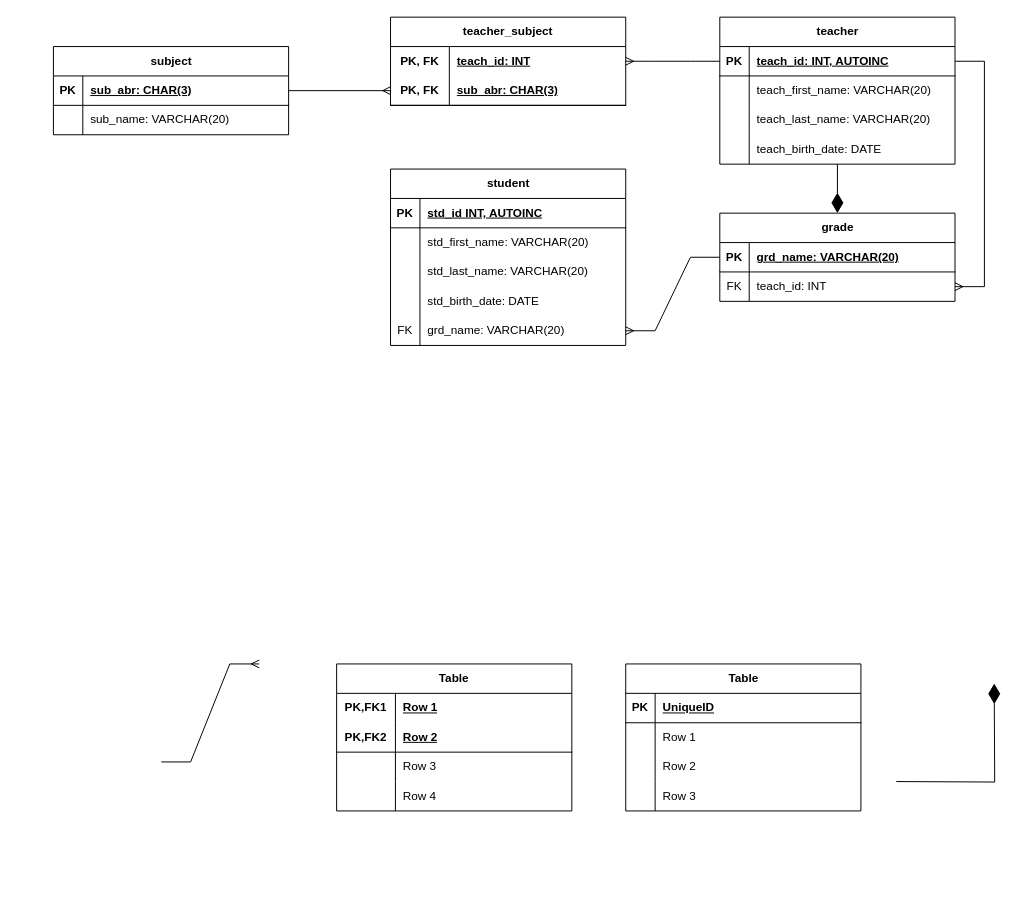
Earlier version of the draw.io diagram drafts/rel.drawio (elma1989/teach). Source tidied: cells renumbered, new cells numbered last; positions are measured from the earlier drawing's top-left corner, leaving out a move shared by most shapes. Both pictures are drawn from the tidied source at 98%, with x=0, y=0 at pixel (53, 17).
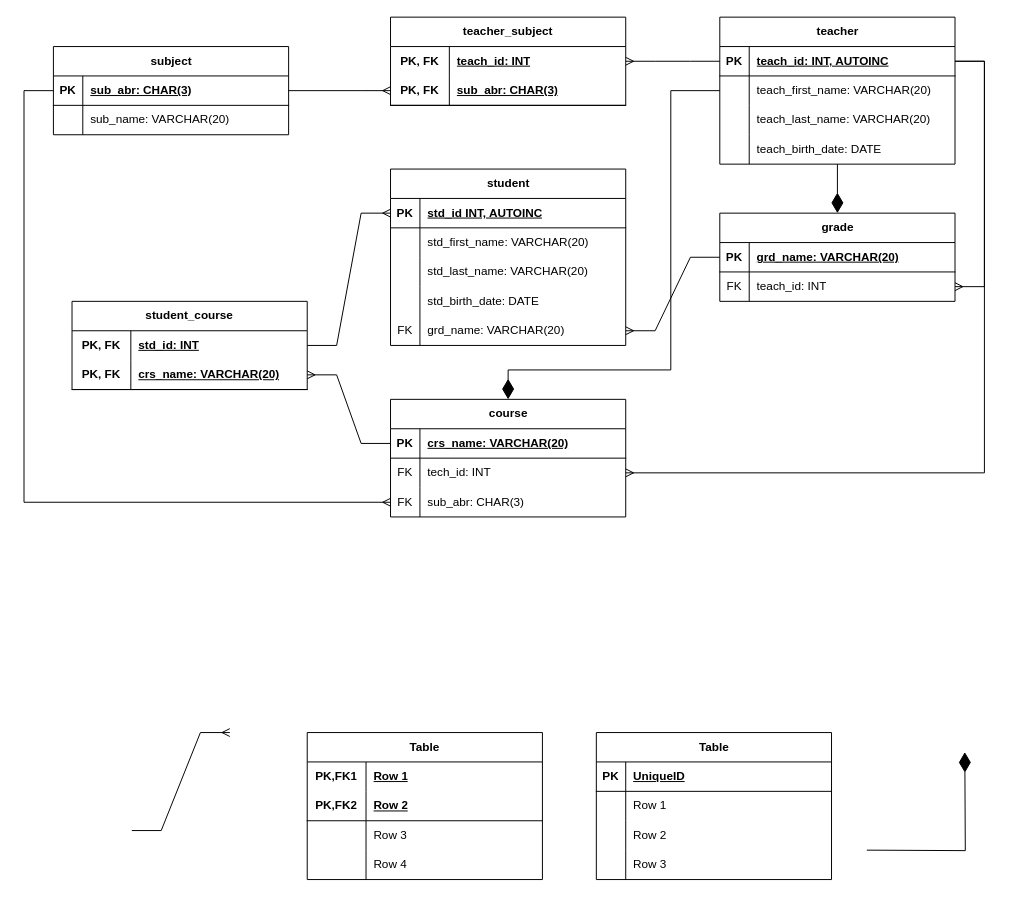
After the change.

Unchanged cells that the change refers to:
```xml
<mxCell id="16" style="shape=tableRow;horizontal=0;startSize=0;swimlaneHead=0;swimlaneBody=0;fillColor=none;points=[[0,0.5],[1,0.5]];portConstraint=eastwest;top=0;left=0;right=0;bottom=1;" parent="15" vertex="1">
  <mxGeometry y="30" width="240" height="30" as="geometry" />
</mxCell>
<mxCell id="22" value="teacher" style="shape=table;startSize=30;childLayout=tableLayout;rowLines=0;fontStyle=1;align=center;html=1;" parent="1" vertex="1">
  <mxGeometry x="680" width="240" height="150" as="geometry" />
</mxCell>
<mxCell id="23" style="shape=tableRow;horizontal=0;startSize=0;swimlaneHead=0;swimlaneBody=0;fillColor=none;points=[[0,0.5],[1,0.5]];portConstraint=eastwest;top=0;left=0;right=0;bottom=1;" parent="22" vertex="1">
  <mxGeometry y="30" width="240" height="30" as="geometry" />
</mxCell>
<mxCell id="58" value="grade" style="shape=table;startSize=30;childLayout=tableLayout;rowLines=0;fontStyle=1;align=center;html=1;" parent="1" vertex="1">
  <mxGeometry x="680" y="200" width="240" height="90" as="geometry" />
</mxCell>
<mxCell id="69" style="shape=tableRow;horizontal=0;startSize=0;swimlaneHead=0;swimlaneBody=0;fillColor=none;points=[[0,0.5],[1,0.5]];portConstraint=eastwest;top=0;left=0;right=0;bottom=1;" parent="68" vertex="1">
  <mxGeometry y="30" width="240" height="30" as="geometry" />
</mxCell>
```

Diff of the diagram source:
```diff
@@
     <mxCell id="2" value="Table" style="shape=table;startSize=30;childLayout=tableLayout;rowLines=0;fontStyle=1;align=center;html=1;" parent="1" vertex="1">
-      <mxGeometry x="584" y="660" width="240" height="150" as="geometry" />
+      <mxGeometry x="554" y="730" width="240" height="150" as="geometry" />
     </mxCell>
@@
     <mxCell id="35" value="Table" style="shape=table;startSize=30;childLayout=tableLayout;rowLines=0;fontStyle=1;align=center;html=1;whiteSpace=wrap;" parent="1" vertex="1">
-      <mxGeometry x="289" y="660" width="240" height="150" as="geometry" />
+      <mxGeometry x="259" y="730" width="240" height="150" as="geometry" />
     </mxCell>
@@
     <mxCell id="57" style="edgeStyle=entityRelationEdgeStyle;fontSize=12;html=1;endArrow=ERmany;rounded=0;" parent="1" edge="1">
       <mxGeometry relative="1" as="geometry">
-        <mxPoint x="110" y="760" as="sourcePoint" />
-        <mxPoint x="210" y="660" as="targetPoint" />
+        <mxPoint x="80" y="830" as="sourcePoint" />
+        <mxPoint x="180" y="730" as="targetPoint" />
         <Array as="points">
-          <mxPoint x="191" y="650" />
+          <mxPoint x="161" y="720" />
         </Array>
       </mxGeometry>
     </mxCell>
@@
-    <mxCell id="66" style="edgeStyle=orthogonalEdgeStyle;fontSize=12;html=1;endArrow=diamondThin;rounded=0;endFill=1;endSize=18;startSize=6;jumpSize=6;targetPerimeterSpacing=0;" parent="1" edge="1">
+    <mxCell id="66" style="edgeStyle=orthogonalEdgeStyle;fontSize=12;html=1;endArrow=diamondThin;rounded=0;endFill=1;endSize=18;startSize=6;jumpSize=6;targetPerimeterSpacing=0;strokeColor=light-dark(#000000,#0000FF);" parent="1" edge="1">
       <mxGeometry relative="1" as="geometry">
-        <mxPoint x="860" y="780" as="sourcePoint" />
-        <mxPoint x="960" y="680" as="targetPoint" />
+        <mxPoint x="830" y="850" as="sourcePoint" />
+        <mxPoint x="930" y="750" as="targetPoint" />
       </mxGeometry>
     </mxCell>
-    <mxCell id="67" style="edgeStyle=orthogonalEdgeStyle;fontSize=12;html=1;endArrow=diamondThin;rounded=0;endFill=1;endSize=18;startSize=6;jumpSize=6;targetPerimeterSpacing=0;" parent="1" edge="1" source="22" target="58">
+    <mxCell id="67" style="edgeStyle=orthogonalEdgeStyle;fontSize=12;html=1;endArrow=diamondThin;rounded=0;endFill=1;endSize=18;startSize=6;jumpSize=6;targetPerimeterSpacing=0;strokeColor=light-dark(#000000,#0000FF);" parent="1" edge="1" source="22" target="58">
       <mxGeometry relative="1" as="geometry" />
     </mxCell>
@@
+    <mxCell id="85" value="course" style="shape=table;startSize=30;childLayout=tableLayout;rowLines=0;fontStyle=1;align=center;html=1;" parent="1" vertex="1">
+      <mxGeometry x="344" y="390" width="240" height="120" as="geometry" />
+    </mxCell>
+    <mxCell id="86" style="shape=tableRow;horizontal=0;startSize=0;swimlaneHead=0;swimlaneBody=0;fillColor=none;points=[[0,0.5],[1,0.5]];portConstraint=eastwest;top=0;left=0;right=0;bottom=1;" parent="85" vertex="1">
+      <mxGeometry y="30" width="240" height="30" as="geometry" />
+    </mxCell>
+    <mxCell id="87" value="PK" style="shape=partialRectangle;fillColor=none;top=0;left=0;bottom=0;right=0;fontStyle=1;overflow=hidden;whiteSpace=wrap;html=1;" parent="86" vertex="1">
+      <mxGeometry width="30" height="30" as="geometry" />
+    </mxCell>
+    <mxCell id="88" value="crs_name: VARCHAR(20)" style="shape=partialRectangle;fillColor=none;top=0;left=0;bottom=0;right=0;align=left;spacingLeft=6;fontStyle=5;overflow=hidden;whiteSpace=wrap;html=1;" parent="86" vertex="1">
+      <mxGeometry x="30" width="210" height="30" as="geometry" />
+    </mxCell>
+    <mxCell id="89" style="shape=tableRow;horizontal=0;startSize=0;swimlaneHead=0;swimlaneBody=0;fillColor=none;points=[[0,0.5],[1,0.5]];portConstraint=eastwest;top=0;left=0;right=0;bottom=0;" parent="85" vertex="1">
+      <mxGeometry y="60" width="240" height="30" as="geometry" />
+    </mxCell>
+    <mxCell id="90" value="FK" style="shape=partialRectangle;fillColor=none;top=0;left=0;bottom=0;right=0;overflow=hidden;whiteSpace=wrap;html=1;" parent="89" vertex="1">
+      <mxGeometry width="30" height="30" as="geometry" />
+    </mxCell>
+    <mxCell id="91" value="tech_id: INT" style="shape=partialRectangle;fillColor=none;top=0;left=0;bottom=0;right=0;align=left;spacingLeft=6;overflow=hidden;whiteSpace=wrap;html=1;" parent="89" vertex="1">
+      <mxGeometry x="30" width="210" height="30" as="geometry" />
+    </mxCell>
+    <mxCell id="92" style="shape=tableRow;horizontal=0;startSize=0;swimlaneHead=0;swimlaneBody=0;fillColor=none;points=[[0,0.5],[1,0.5]];portConstraint=eastwest;top=0;left=0;right=0;bottom=0;" parent="85" vertex="1">
+      <mxGeometry y="90" width="240" height="30" as="geometry" />
+    </mxCell>
+    <mxCell id="93" value="FK" style="shape=partialRectangle;fillColor=none;top=0;left=0;bottom=0;right=0;overflow=hidden;whiteSpace=wrap;html=1;" parent="92" vertex="1">
+      <mxGeometry width="30" height="30" as="geometry" />
+    </mxCell>
+    <mxCell id="94" value="sub_abr: CHAR(3)" style="shape=partialRectangle;fillColor=none;top=0;left=0;bottom=0;right=0;align=left;spacingLeft=6;overflow=hidden;whiteSpace=wrap;html=1;" parent="92" vertex="1">
+      <mxGeometry x="30" width="210" height="30" as="geometry" />
+    </mxCell>
+    <mxCell id="95" style="edgeStyle=orthogonalEdgeStyle;fontSize=12;html=1;endArrow=ERmany;rounded=0;" parent="1" edge="1" source="23" target="89">
+      <mxGeometry relative="1" as="geometry">
+        <Array as="points">
+          <mxPoint x="950" y="45" />
+          <mxPoint x="950" y="465" />
+        </Array>
+      </mxGeometry>
+    </mxCell>
+    <mxCell id="96" style="edgeStyle=orthogonalEdgeStyle;fontSize=12;html=1;endArrow=ERmany;rounded=0;" parent="1" edge="1" source="16" target="92">
+      <mxGeometry relative="1" as="geometry">
+        <Array as="points">
+          <mxPoint x="-30" y="75" />
+          <mxPoint x="-30" y="495" />
+        </Array>
+      </mxGeometry>
+    </mxCell>
+    <mxCell id="97" value="student_course" style="shape=table;startSize=30;childLayout=tableLayout;rowLines=0;fontStyle=1;align=center;html=1;whiteSpace=wrap;" parent="1" vertex="1">
+      <mxGeometry x="19" y="290" width="240" height="90" as="geometry" />
+    </mxCell>
+    <mxCell id="98" style="shape=tableRow;horizontal=0;startSize=0;swimlaneHead=0;swimlaneBody=0;fillColor=none;points=[[0,0.5],[1,0.5]];portConstraint=eastwest;top=0;left=0;right=0;bottom=0;html=1;" parent="97" vertex="1">
+      <mxGeometry y="30" width="240" height="30" as="geometry" />
+    </mxCell>
+    <mxCell id="99" value="PK, FK" style="shape=partialRectangle;fillColor=none;top=0;left=0;bottom=0;right=0;fontStyle=1;overflow=hidden;html=1;whiteSpace=wrap;" parent="98" vertex="1">
+      <mxGeometry width="60" height="30" as="geometry" />
+    </mxCell>
+    <mxCell id="100" value="std_id: INT" style="shape=partialRectangle;fillColor=none;top=0;left=0;bottom=0;right=0;align=left;spacingLeft=6;fontStyle=5;overflow=hidden;html=1;whiteSpace=wrap;" parent="98" vertex="1">
+      <mxGeometry x="60" width="180" height="30" as="geometry" />
+    </mxCell>
+    <mxCell id="101" style="shape=tableRow;horizontal=0;startSize=0;swimlaneHead=0;swimlaneBody=0;fillColor=none;points=[[0,0.5],[1,0.5]];portConstraint=eastwest;top=0;left=0;right=0;bottom=1;html=1;" parent="97" vertex="1">
+      <mxGeometry y="60" width="240" height="30" as="geometry" />
+    </mxCell>
+    <mxCell id="102" value="PK, FK" style="shape=partialRectangle;fillColor=none;top=0;left=0;bottom=0;right=0;fontStyle=1;overflow=hidden;html=1;whiteSpace=wrap;" parent="101" vertex="1">
+      <mxGeometry width="60" height="30" as="geometry" />
+    </mxCell>
+    <mxCell id="103" value="crs_name: VARCHAR(20)" style="shape=partialRectangle;fillColor=none;top=0;left=0;bottom=0;right=0;align=left;spacingLeft=6;fontStyle=5;overflow=hidden;html=1;whiteSpace=wrap;" parent="101" vertex="1">
+      <mxGeometry x="60" width="180" height="30" as="geometry" />
+    </mxCell>
+    <mxCell id="104" style="edgeStyle=entityRelationEdgeStyle;fontSize=12;html=1;endArrow=ERmany;rounded=0;" parent="1" edge="1" source="86" target="101">
+      <mxGeometry relative="1" as="geometry">
+        <Array as="points">
+          <mxPoint x="261" y="380" />
+        </Array>
+      </mxGeometry>
+    </mxCell>
+    <mxCell id="105" style="edgeStyle=entityRelationEdgeStyle;fontSize=12;html=1;endArrow=ERmany;rounded=0;" parent="1" edge="1" source="98" target="69">
+      <mxGeometry relative="1" as="geometry">
+        <Array as="points">
+          <mxPoint x="271" y="145" />
+        </Array>
+      </mxGeometry>
+    </mxCell>
+    <mxCell id="106" style="edgeStyle=orthogonalEdgeStyle;fontSize=12;html=1;endArrow=diamondThin;rounded=0;endFill=1;endSize=18;startSize=6;jumpSize=6;targetPerimeterSpacing=0;strokeColor=light-dark(#000000,#0000FF);" parent="1" edge="1" source="22" target="85">
+      <mxGeometry relative="1" as="geometry">
+        <Array as="points">
+          <mxPoint x="630" y="75" />
+          <mxPoint x="630" y="360" />
+          <mxPoint x="464" y="360" />
+        </Array>
+      </mxGeometry>
+    </mxCell>
```
